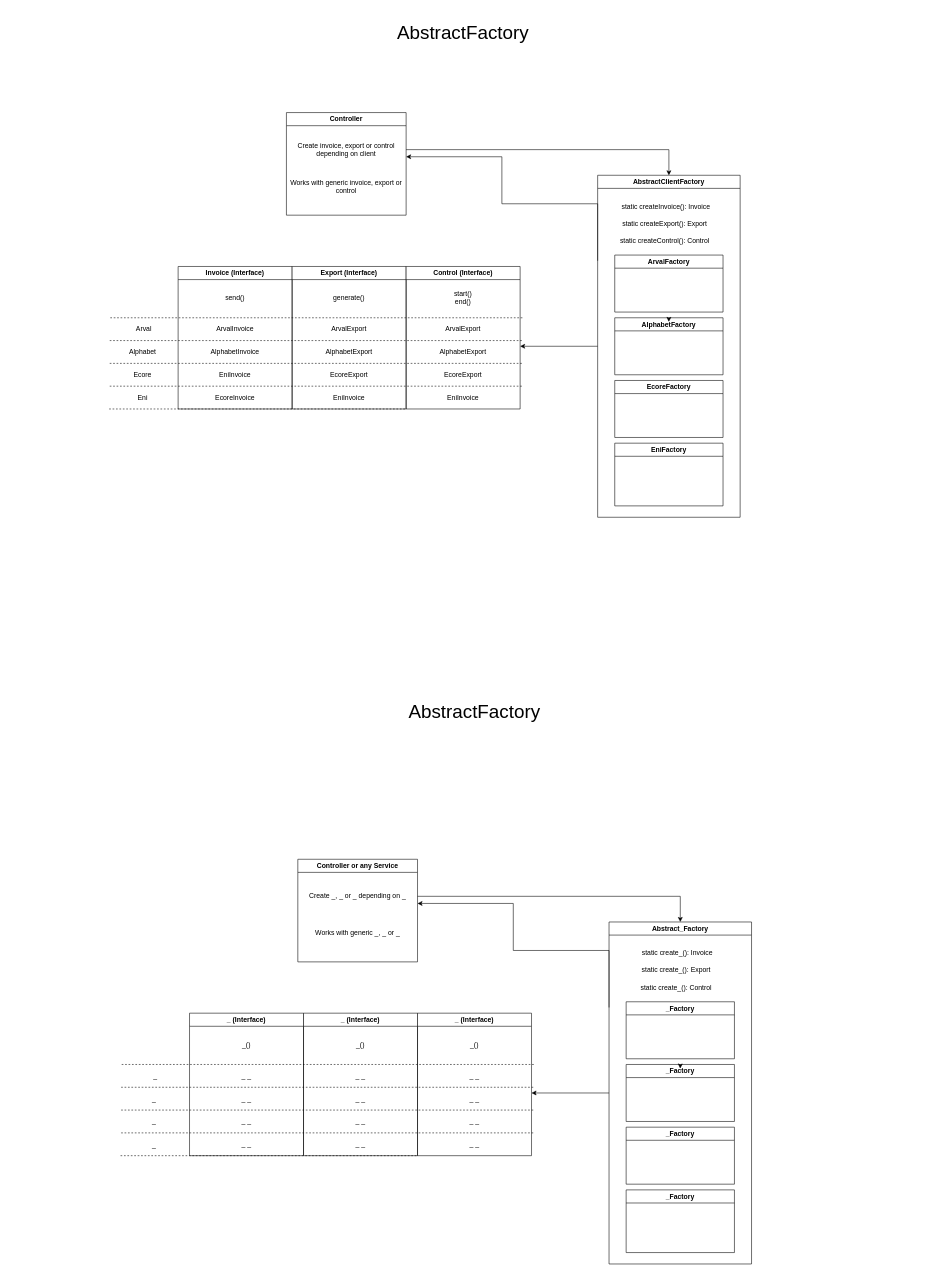
The draw.io diagram Diagramme sans nom.drawio in rridane/code_skills_rr, before the edit. Source tidied: cells renumbered, new cells numbered last; positions are measured from the earlier drawing's top-left corner, leaving out a move shared by most shapes. Both pictures are drawn from the tidied source at 57%, with x=0, y=0 at pixel (10, 10).
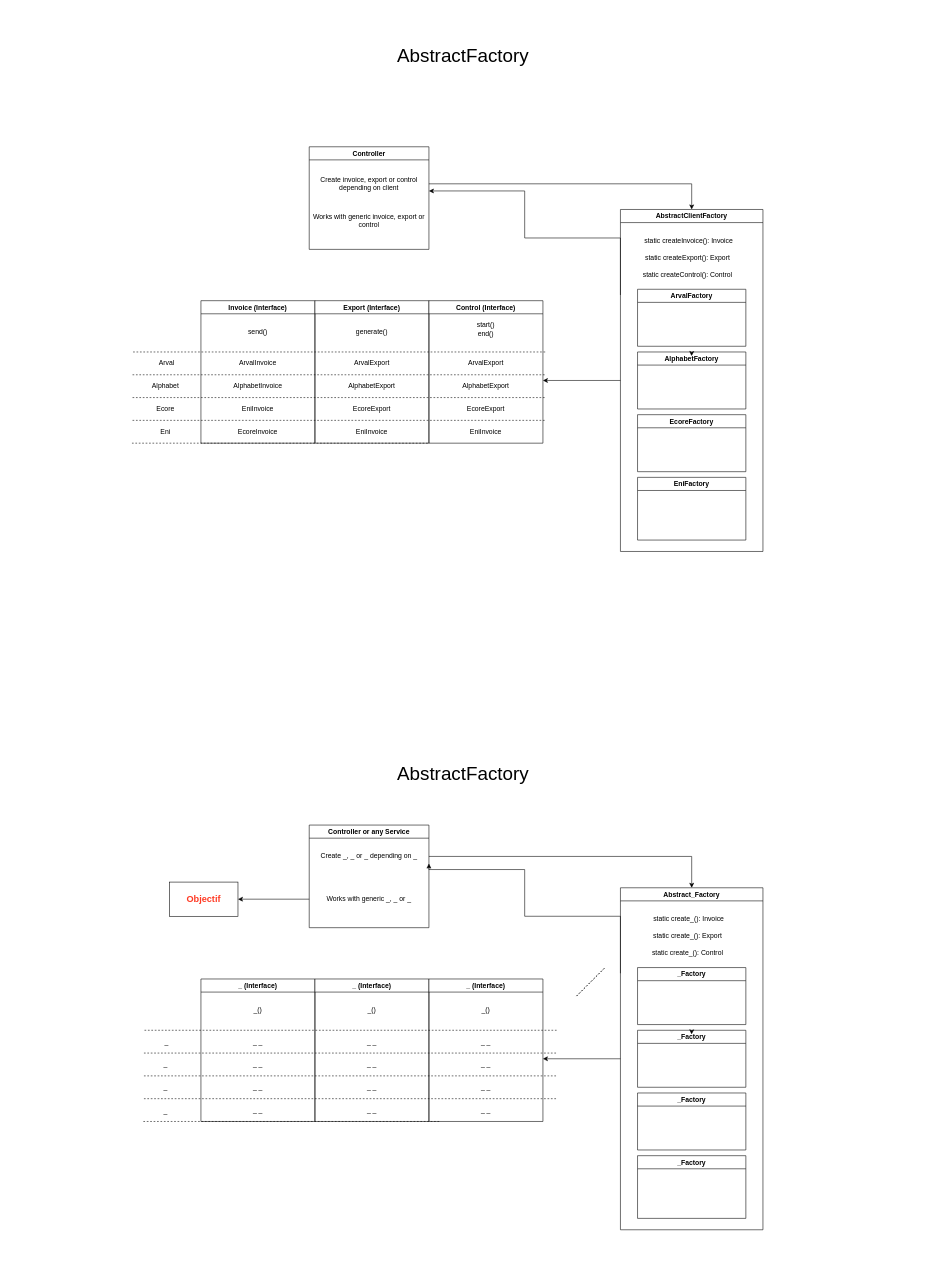
The same page after the edit.

The change refers to these unchanged cells:
```xml
<mxCell id="41" value="Create invoice, export or control depending on client" style="text;strokeColor=none;align=center;fillColor=none;html=1;verticalAlign=middle;whiteSpace=wrap;rounded=0;" parent="40" vertex="1">
  <mxGeometry y="40" width="210" height="50" as="geometry" />
</mxCell>
<mxCell id="78" value="_ _" style="text;strokeColor=none;align=center;fillColor=none;html=1;verticalAlign=middle;whiteSpace=wrap;rounded=0;" parent="75" vertex="1">
  <mxGeometry y="130" width="200" height="40" as="geometry" />
</mxCell>
```

What changed in the source:
```diff
@@
     <mxCell id="2" value="Invoice (Interface)" style="swimlane;whiteSpace=wrap;html=1;" parent="1" vertex="1">
-      <mxGeometry x="295" y="450" width="200" height="250" as="geometry" />
+      <mxGeometry x="335" y="510" width="200" height="250" as="geometry" />
     </mxCell>
@@
     <mxCell id="8" value="Export (Interface)" style="swimlane;whiteSpace=wrap;html=1;startSize=23;" parent="1" vertex="1">
-      <mxGeometry x="495" y="450" width="200" height="250" as="geometry" />
+      <mxGeometry x="535" y="510" width="200" height="250" as="geometry" />
     </mxCell>
@@
     <mxCell id="14" style="endArrow=none;dashed=1;html=1;rounded=0;" parent="1" edge="1">
       <mxGeometry relative="1" as="geometry">
-        <mxPoint x="175" y="580" as="sourcePoint" />
-        <mxPoint x="901" y="580" as="targetPoint" />
+        <mxPoint x="215" y="640" as="sourcePoint" />
+        <mxPoint x="941" y="640" as="targetPoint" />
       </mxGeometry>
     </mxCell>
     <mxCell id="15" style="endArrow=none;dashed=1;html=1;rounded=0;" parent="1" edge="1">
       <mxGeometry relative="1" as="geometry">
-        <mxPoint x="175" y="620" as="sourcePoint" />
-        <mxPoint x="901" y="620" as="targetPoint" />
+        <mxPoint x="215" y="680" as="sourcePoint" />
+        <mxPoint x="941" y="680" as="targetPoint" />
       </mxGeometry>
     </mxCell>
     <mxCell id="16" style="endArrow=none;dashed=1;html=1;rounded=0;" parent="1" edge="1">
       <mxGeometry relative="1" as="geometry">
-        <mxPoint x="175" y="660" as="sourcePoint" />
-        <mxPoint x="901" y="660" as="targetPoint" />
+        <mxPoint x="215" y="720" as="sourcePoint" />
+        <mxPoint x="941" y="720" as="targetPoint" />
       </mxGeometry>
     </mxCell>
     <mxCell id="17" style="endArrow=none;dashed=1;html=1;rounded=0;" parent="1" edge="1">
       <mxGeometry relative="1" as="geometry">
-        <mxPoint x="176" y="540" as="sourcePoint" />
-        <mxPoint x="901" y="540" as="targetPoint" />
+        <mxPoint x="216" y="600" as="sourcePoint" />
+        <mxPoint x="941" y="600" as="targetPoint" />
       </mxGeometry>
     </mxCell>
     <mxCell id="18" style="endArrow=none;dashed=1;html=1;rounded=0;" parent="1" edge="1">
       <mxGeometry relative="1" as="geometry">
-        <mxPoint x="174" y="700" as="sourcePoint" />
-        <mxPoint x="694" y="700" as="targetPoint" />
+        <mxPoint x="214" y="760" as="sourcePoint" />
+        <mxPoint x="734" y="760" as="targetPoint" />
       </mxGeometry>
     </mxCell>
     <mxCell id="19" value="Arval" style="text;strokeColor=none;align=center;fillColor=none;html=1;verticalAlign=middle;whiteSpace=wrap;rounded=0;" parent="1" vertex="1">
-      <mxGeometry x="205" y="545" width="60" height="30" as="geometry" />
+      <mxGeometry x="245" y="605" width="60" height="30" as="geometry" />
     </mxCell>
     <mxCell id="20" value="Alphabet" style="text;strokeColor=none;align=center;fillColor=none;html=1;verticalAlign=middle;whiteSpace=wrap;rounded=0;" parent="1" vertex="1">
-      <mxGeometry x="203" y="585" width="60" height="30" as="geometry" />
+      <mxGeometry x="243" y="645" width="60" height="30" as="geometry" />
     </mxCell>
     <mxCell id="21" value="Ecore" style="text;strokeColor=none;align=center;fillColor=none;html=1;verticalAlign=middle;whiteSpace=wrap;rounded=0;" parent="1" vertex="1">
-      <mxGeometry x="203" y="625" width="60" height="30" as="geometry" />
+      <mxGeometry x="243" y="685" width="60" height="30" as="geometry" />
     </mxCell>
     <mxCell id="22" value="Eni" style="text;strokeColor=none;align=center;fillColor=none;html=1;verticalAlign=middle;whiteSpace=wrap;rounded=0;" parent="1" vertex="1">
-      <mxGeometry x="203" y="666" width="60" height="30" as="geometry" />
+      <mxGeometry x="243" y="726" width="60" height="30" as="geometry" />
     </mxCell>
@@
     <mxCell id="24" style="edgeStyle=orthogonalEdgeStyle;rounded=0;jettySize=auto;html=1;exitX=0;exitY=0.25;exitDx=0;exitDy=0;entryX=1;entryY=0.75;entryDx=0;entryDy=0;" parent="1" edge="1" source="25" target="41">
       <mxGeometry relative="1" as="geometry">
         <Array as="points">
-          <mxPoint x="1031" y="340" />
-          <mxPoint x="863" y="340" />
-          <mxPoint x="863" y="258" />
+          <mxPoint x="1071" y="400" />
+          <mxPoint x="903" y="400" />
+          <mxPoint x="903" y="318" />
         </Array>
       </mxGeometry>
     </mxCell>
     <mxCell id="25" value="AbstractClientFactory" style="swimlane;whiteSpace=wrap;html=1;" parent="1" vertex="1">
-      <mxGeometry x="1031" y="290" width="250" height="600" as="geometry" />
+      <mxGeometry x="1071" y="350" width="250" height="600" as="geometry" />
     </mxCell>
@@
     <mxCell id="33" value="Control (Interface)" style="swimlane;whiteSpace=wrap;html=1;startSize=23;" parent="1" vertex="1">
-      <mxGeometry x="695" y="450" width="200" height="250" as="geometry" />
+      <mxGeometry x="735" y="510" width="200" height="250" as="geometry" />
     </mxCell>
@@
     <mxCell id="38" value="start()&lt;br&gt;end()" style="text;strokeColor=none;align=center;fillColor=none;html=1;verticalAlign=middle;whiteSpace=wrap;rounded=0;" parent="33" vertex="1">
-      <mxGeometry y="40" width="200" height="30" as="geometry" />
+      <mxGeometry y="30" width="200" height="40" as="geometry" />
     </mxCell>
     <mxCell id="39" value="static createControl(): Control" style="text;strokeColor=none;align=center;fillColor=none;html=1;verticalAlign=middle;whiteSpace=wrap;rounded=0;" parent="1" vertex="1">
-      <mxGeometry x="1069" y="390" width="160" height="30" as="geometry" />
+      <mxGeometry x="1109" y="450" width="160" height="30" as="geometry" />
     </mxCell>
     <mxCell id="40" value="Controller" style="swimlane;whiteSpace=wrap;html=1;" parent="1" vertex="1">
-      <mxGeometry x="485" y="180" width="210" height="180" as="geometry" />
+      <mxGeometry x="525" y="240" width="210" height="180" as="geometry" />
     </mxCell>
@@
     <mxCell id="42" value="Works with generic invoice, export or control" style="text;strokeColor=none;align=center;fillColor=none;html=1;verticalAlign=middle;whiteSpace=wrap;rounded=0;" parent="1" vertex="1">
-      <mxGeometry x="485" y="285" width="210" height="50" as="geometry" />
+      <mxGeometry x="525" y="345" width="210" height="50" as="geometry" />
     </mxCell>
@@
+    <mxCell id="86" value="AbstractFactory" style="text;strokeColor=none;align=center;fillColor=none;html=1;verticalAlign=middle;whiteSpace=wrap;rounded=0;fontSize=33;" parent="1" vertex="1">
+      <mxGeometry y="40" width="1590" height="80" as="geometry" />
+    </mxCell>
+    <mxCell id="88" style="endArrow=none;dashed=1;html=1;rounded=0;" parent="1" edge="1">
+      <mxGeometry relative="1" as="geometry">
+        <mxPoint x="994" y="1730" as="sourcePoint" />
+        <mxPoint x="1044" y="1680" as="targetPoint" />
+      </mxGeometry>
+    </mxCell>
+    <mxCell id="89" style="endArrow=none;dashed=1;html=1;rounded=0;" parent="1" edge="1">
+      <mxGeometry relative="1" as="geometry">
+        <mxPoint x="994" y="1730" as="sourcePoint" />
+        <mxPoint x="1044" y="1680" as="targetPoint" />
+      </mxGeometry>
+    </mxCell>
     <mxCell id="44" value="_ (Interface)" style="swimlane;whiteSpace=wrap;html=1;" parent="1" vertex="1">
-      <mxGeometry x="315" y="1760" width="200" height="250" as="geometry" />
+      <mxGeometry x="335" y="1700" width="200" height="250" as="geometry" />
     </mxCell>
@@
     <mxCell id="50" value="_ (Interface)" style="swimlane;whiteSpace=wrap;html=1;startSize=23;" parent="1" vertex="1">
-      <mxGeometry x="515" y="1760" width="200" height="250" as="geometry" />
+      <mxGeometry x="535" y="1700" width="200" height="250" as="geometry" />
     </mxCell>
@@
     <mxCell id="56" style="endArrow=none;dashed=1;html=1;rounded=0;" parent="1" edge="1">
       <mxGeometry relative="1" as="geometry">
-        <mxPoint x="195" y="1890" as="sourcePoint" />
-        <mxPoint x="921" y="1890" as="targetPoint" />
+        <mxPoint x="235" y="1830" as="sourcePoint" />
+        <mxPoint x="961" y="1830" as="targetPoint" />
       </mxGeometry>
     </mxCell>
     <mxCell id="57" style="endArrow=none;dashed=1;html=1;rounded=0;" parent="1" edge="1">
       <mxGeometry relative="1" as="geometry">
-        <mxPoint x="195" y="1930" as="sourcePoint" />
-        <mxPoint x="921" y="1930" as="targetPoint" />
+        <mxPoint x="235" y="1870" as="sourcePoint" />
+        <mxPoint x="961" y="1870" as="targetPoint" />
       </mxGeometry>
     </mxCell>
     <mxCell id="58" style="endArrow=none;dashed=1;html=1;rounded=0;" parent="1" edge="1">
       <mxGeometry relative="1" as="geometry">
-        <mxPoint x="195" y="1970" as="sourcePoint" />
-        <mxPoint x="921" y="1970" as="targetPoint" />
+        <mxPoint x="235" y="1910" as="sourcePoint" />
+        <mxPoint x="961" y="1910" as="targetPoint" />
       </mxGeometry>
     </mxCell>
     <mxCell id="59" style="endArrow=none;dashed=1;html=1;rounded=0;" parent="1" edge="1">
       <mxGeometry relative="1" as="geometry">
-        <mxPoint x="196" y="1850" as="sourcePoint" />
-        <mxPoint x="921" y="1850" as="targetPoint" />
+        <mxPoint x="236" y="1790" as="sourcePoint" />
+        <mxPoint x="961" y="1790" as="targetPoint" />
       </mxGeometry>
     </mxCell>
     <mxCell id="60" style="endArrow=none;dashed=1;html=1;rounded=0;" parent="1" edge="1">
       <mxGeometry relative="1" as="geometry">
-        <mxPoint x="194" y="2010" as="sourcePoint" />
-        <mxPoint x="714" y="2010" as="targetPoint" />
+        <mxPoint x="234" y="1950" as="sourcePoint" />
+        <mxPoint x="754" y="1950" as="targetPoint" />
       </mxGeometry>
     </mxCell>
     <mxCell id="61" value="_" style="text;strokeColor=none;align=center;fillColor=none;html=1;verticalAlign=middle;whiteSpace=wrap;rounded=0;" parent="1" vertex="1">
-      <mxGeometry x="225" y="1855" width="60" height="30" as="geometry" />
+      <mxGeometry x="245" y="1795" width="60" height="30" as="geometry" />
     </mxCell>
     <mxCell id="62" value="_" style="text;strokeColor=none;align=center;fillColor=none;html=1;verticalAlign=middle;whiteSpace=wrap;rounded=0;" parent="1" vertex="1">
-      <mxGeometry x="223" y="1895" width="60" height="30" as="geometry" />
+      <mxGeometry x="243" y="1835" width="60" height="30" as="geometry" />
     </mxCell>
     <mxCell id="63" value="_" style="text;strokeColor=none;align=center;fillColor=none;html=1;verticalAlign=middle;whiteSpace=wrap;rounded=0;" parent="1" vertex="1">
-      <mxGeometry x="223" y="1935" width="60" height="30" as="geometry" />
+      <mxGeometry x="243" y="1875" width="60" height="30" as="geometry" />
     </mxCell>
     <mxCell id="64" value="_" style="text;strokeColor=none;align=center;fillColor=none;html=1;verticalAlign=middle;whiteSpace=wrap;rounded=0;" parent="1" vertex="1">
-      <mxGeometry x="223" y="1976" width="60" height="30" as="geometry" />
+      <mxGeometry x="243" y="1916" width="60" height="30" as="geometry" />
     </mxCell>
-    <mxCell id="65" style="edgeStyle=orthogonalEdgeStyle;rounded=0;jettySize=auto;html=1;exitX=0;exitY=0.5;exitDx=0;exitDy=0;entryX=1;entryY=0.25;entryDx=0;entryDy=0;" parent="1" edge="1" source="67" target="78">
-      <mxGeometry relative="1" as="geometry" />
-    </mxCell>
-    <mxCell id="66" style="edgeStyle=orthogonalEdgeStyle;rounded=0;jettySize=auto;html=1;exitX=0;exitY=0.25;exitDx=0;exitDy=0;entryX=1;entryY=0.75;entryDx=0;entryDy=0;" parent="1" edge="1" source="67" target="83">
-      <mxGeometry relative="1" as="geometry">
-        <Array as="points">
-          <mxPoint x="1051" y="1650" />
-          <mxPoint x="883" y="1650" />
-          <mxPoint x="883" y="1568" />
-        </Array>
-      </mxGeometry>
-    </mxCell>
     <mxCell id="67" value="Abstract_Factory" style="swimlane;whiteSpace=wrap;html=1;" parent="1" vertex="1">
-      <mxGeometry x="1051" y="1600" width="250" height="600" as="geometry" />
+      <mxGeometry x="1071" y="1540" width="250" height="600" as="geometry" />
     </mxCell>
@@
     <mxCell id="75" value="_ (Interface)" style="swimlane;whiteSpace=wrap;html=1;startSize=23;" parent="1" vertex="1">
-      <mxGeometry x="715" y="1760" width="200" height="250" as="geometry" />
+      <mxGeometry x="735" y="1700" width="200" height="250" as="geometry" />
     </mxCell>
@@
+    <mxCell id="65" style="edgeStyle=orthogonalEdgeStyle;rounded=0;jettySize=auto;html=1;exitX=0;exitY=0.5;exitDx=0;exitDy=0;entryX=1;entryY=0.25;entryDx=0;entryDy=0;" parent="1" edge="1" source="67" target="78">
+      <mxGeometry relative="1" as="geometry" />
+    </mxCell>
     <mxCell id="81" value="static create_(): Control" style="text;strokeColor=none;align=center;fillColor=none;html=1;verticalAlign=middle;whiteSpace=wrap;rounded=0;" parent="1" vertex="1">
-      <mxGeometry x="1089" y="1700" width="160" height="30" as="geometry" />
+      <mxGeometry x="1109" y="1640" width="160" height="30" as="geometry" />
     </mxCell>
     <mxCell id="82" value="Controller or any Service" style="swimlane;whiteSpace=wrap;html=1;" parent="1" vertex="1">
-      <mxGeometry x="505" y="1490" width="210" height="180" as="geometry" />
+      <mxGeometry x="525" y="1430" width="210" height="180" as="geometry" />
     </mxCell>
     <mxCell id="83" value="Create _, _ or _ depending on _" style="text;strokeColor=none;align=center;fillColor=none;html=1;verticalAlign=middle;whiteSpace=wrap;rounded=0;" parent="82" vertex="1">
-      <mxGeometry y="40" width="210" height="50" as="geometry" />
+      <mxGeometry y="30" width="210" height="50" as="geometry" />
     </mxCell>
+    <mxCell id="90" style="edgeStyle=orthogonalEdgeStyle;rounded=0;jettySize=auto;html=1;" parent="1" edge="1" source="84" target="91">
+      <mxGeometry relative="1" as="geometry" />
+    </mxCell>
     <mxCell id="84" value="Works with generic _, _ or _" style="text;strokeColor=none;align=center;fillColor=none;html=1;verticalAlign=middle;whiteSpace=wrap;rounded=0;" parent="1" vertex="1">
-      <mxGeometry x="505" y="1595" width="210" height="50" as="geometry" />
+      <mxGeometry x="525" y="1535" width="210" height="50" as="geometry" />
     </mxCell>
+    <mxCell id="66" style="edgeStyle=orthogonalEdgeStyle;rounded=0;jettySize=auto;html=1;exitX=0;exitY=0.25;exitDx=0;exitDy=0;entryX=1;entryY=0.75;entryDx=0;entryDy=0;" parent="1" edge="1" source="67" target="83">
+      <mxGeometry relative="1" as="geometry">
+        <Array as="points">
+          <mxPoint x="1071" y="1590" />
+          <mxPoint x="903" y="1590" />
+          <mxPoint x="903" y="1508" />
+        </Array>
+      </mxGeometry>
+    </mxCell>
@@
-    <mxCell id="86" value="AbstractFactory" style="text;strokeColor=none;align=center;fillColor=none;html=1;verticalAlign=middle;whiteSpace=wrap;rounded=0;fontSize=33;" parent="1" vertex="1">
-      <mxGeometry width="1590" height="80" as="geometry" />
-    </mxCell>
     <mxCell id="87" value="AbstractFactory" style="text;strokeColor=none;align=center;fillColor=none;html=1;verticalAlign=middle;whiteSpace=wrap;rounded=0;fontSize=33;" parent="1" vertex="1">
-      <mxGeometry x="20" y="1190" width="1590" height="80" as="geometry" />
+      <mxGeometry y="1300" width="1590" height="80" as="geometry" />
     </mxCell>
+    <mxCell id="91" value="Objectif" style="whiteSpace=wrap;html=1;fontStyle=1;fontSize=16;fontColor=#FF3A24;" parent="1" vertex="1">
+      <mxGeometry x="280" y="1530" width="120" height="60" as="geometry" />
+    </mxCell>
```
